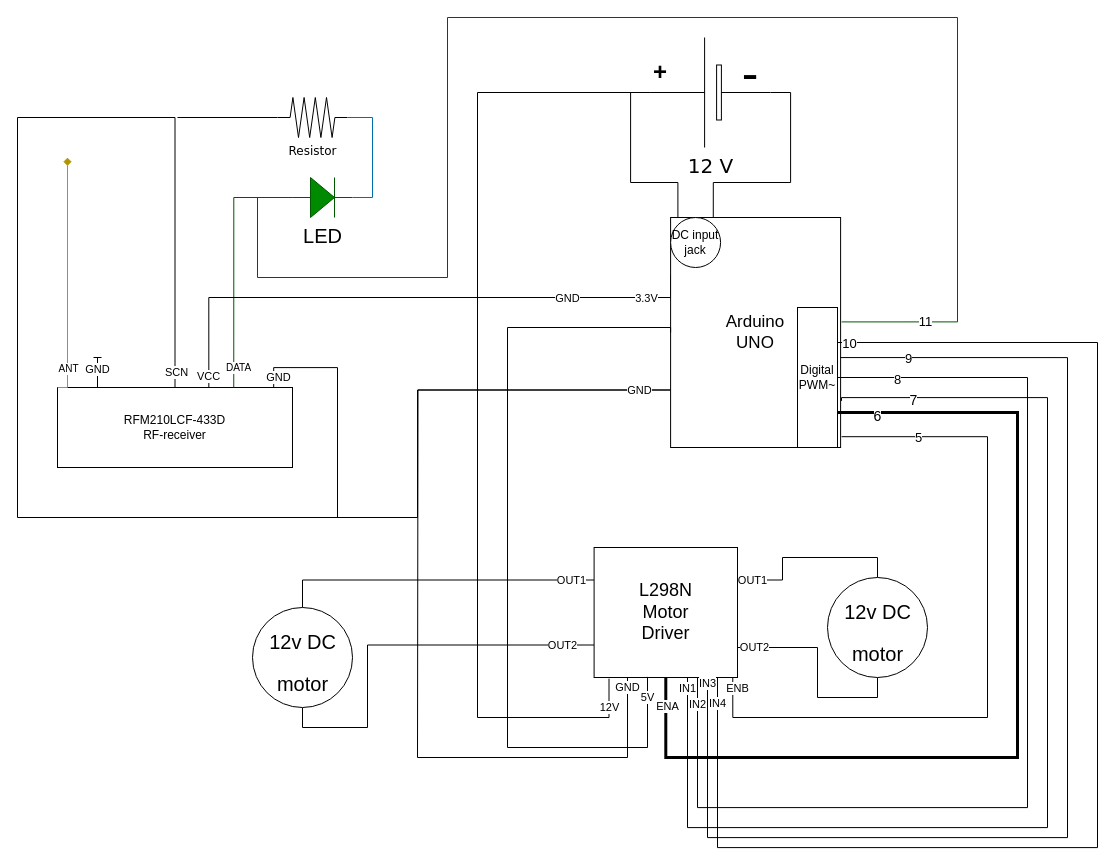
Earlier version of the draw.io diagram Track-vehicle.drawio (juho-jarvenpaa/RC-Track-Vehicle). Source tidied: cells renumbered, new cells numbered last; positions are measured from the earlier drawing's top-left corner, leaving out a move shared by most shapes. Both pictures are drawn from the tidied source at 100%, with x=0, y=0 at pixel (17, 17).
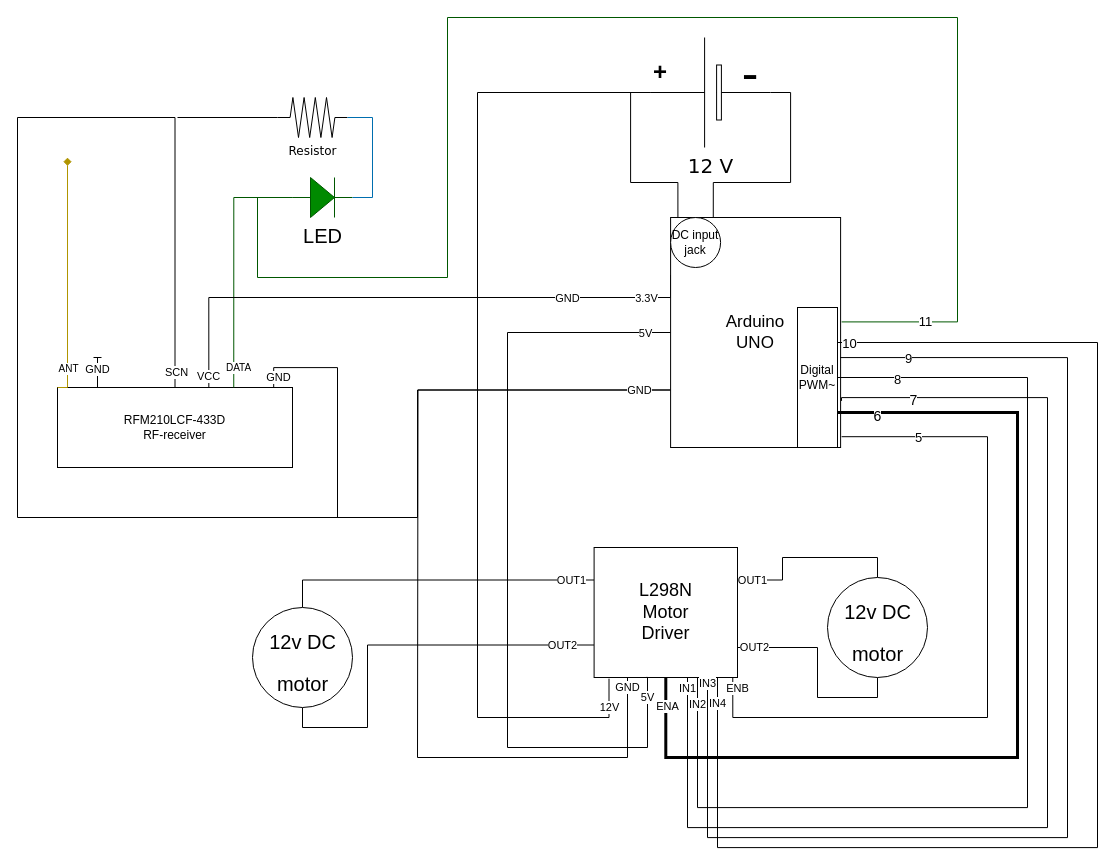
After the change.

The change refers to these unchanged cells:
```xml
<mxCell id="24" value="&lt;font style=&quot;font-size: 17px;&quot;&gt;Arduino&lt;br&gt;UNO&lt;/font&gt;" style="whiteSpace=wrap;html=1;" parent="1" vertex="1">
  <mxGeometry x="653.1" y="200" width="170" height="230" as="geometry" />
</mxCell>
```

Change to the diagram source:
```diff
@@
     <mxCell id="26" style="edgeStyle=orthogonalEdgeStyle;rounded=0;jettySize=auto;html=1;exitX=0;exitY=0.5;exitDx=0;exitDy=0;strokeColor=light-dark(#000000,#FF00C0);endArrow=none;endFill=0;" parent="1" edge="1" source="24">
       <mxGeometry relative="1" as="geometry">
         <mxPoint x="490" y="730" as="targetPoint" />
         <Array as="points">
-          <mxPoint x="653.1" y="310" />
+          <mxPoint x="490" y="315" />
         </Array>
       </mxGeometry>
     </mxCell>
+    <mxCell id="57" value="5V" style="edgeLabel;html=1;align=center;verticalAlign=middle;" parent="26" vertex="1">
+      <mxGeometry x="-0.91" y="-6" relative="1" as="geometry">
+        <mxPoint y="6" as="offset" />
+      </mxGeometry>
+    </mxCell>
```
